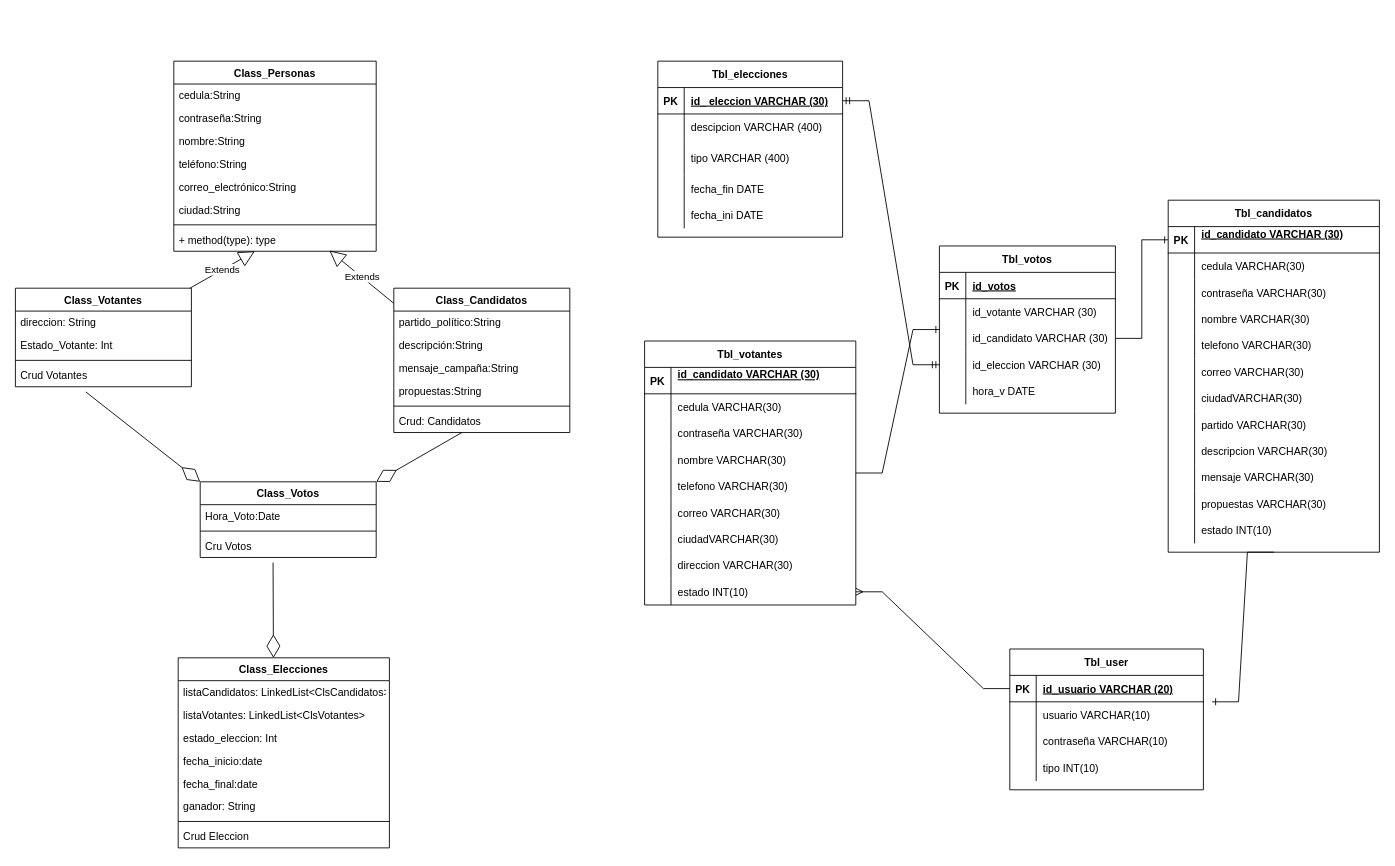
Above: elecciones.drawio in alvaroarquez/mintic (draw.io), before the change. Source tidied: cells renumbered, new cells numbered last; positions are measured from the earlier drawing's top-left corner, leaving out a move shared by most shapes. Both pictures are drawn from the tidied source at 88%, with x=0, y=0 at pixel (15, 61).
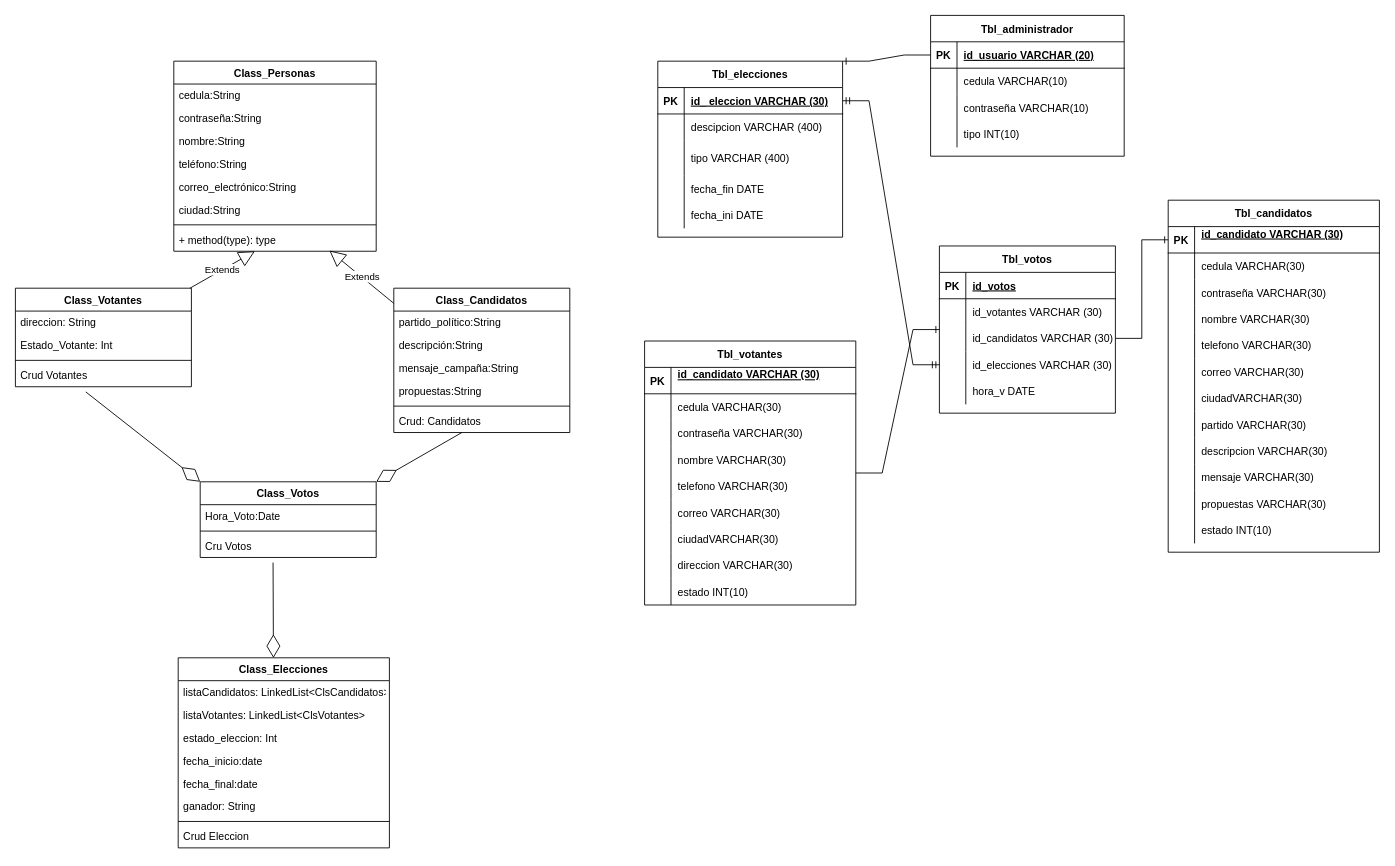
The same diagram, later.

The change refers to these unchanged cells:
```xml
<mxCell id="41" value="Tbl_elecciones" style="shape=table;startSize=30;childLayout=tableLayout;rowLines=0;fontStyle=1;align=center;" parent="1" vertex="1">
  <mxGeometry x="730" width="210" height="200" as="geometry" />
</mxCell>
<mxCell id="57" value="Tbl_candidatos" style="shape=table;startSize=30;childLayout=tableLayout;rowLines=0;fontStyle=1;align=center;" parent="1" vertex="1">
  <mxGeometry x="1310" y="158" width="240" height="400" as="geometry" />
</mxCell>
<mxCell id="98" style="shape=tableRow;horizontal=0;startSize=0;swimlaneHead=0;swimlaneBody=0;fillColor=none;top=0;left=0;right=0;bottom=0;" parent="94" vertex="1">
  <mxGeometry y="60" width="200" height="30" as="geometry" />
</mxCell>
<mxCell id="101" style="shape=tableRow;horizontal=0;startSize=0;swimlaneHead=0;swimlaneBody=0;fillColor=none;points=[[0,0.5],[1,0.5]];portConstraint=eastwest;top=0;left=0;right=0;bottom=0;" parent="94" vertex="1">
  <mxGeometry y="90" width="200" height="30" as="geometry" />
</mxCell>
<mxCell id="104" style="shape=tableRow;horizontal=0;startSize=0;swimlaneHead=0;swimlaneBody=0;fillColor=none;points=[[0,0.5],[1,0.5]];portConstraint=eastwest;top=0;left=0;right=0;bottom=0;" parent="94" vertex="1">
  <mxGeometry y="120" width="200" height="30" as="geometry" />
</mxCell>
<mxCell id="135" style="shape=tableRow;horizontal=0;startSize=0;swimlaneHead=0;swimlaneBody=0;fillColor=none;points=[[0,0.5],[1,0.5]];portConstraint=eastwest;top=0;left=0;right=0;bottom=0;" parent="110" vertex="1">
  <mxGeometry y="270" width="240" height="30" as="geometry" />
</mxCell>
<mxCell id="142" style="shape=tableRow;horizontal=0;startSize=0;swimlaneHead=0;swimlaneBody=0;fillColor=none;points=[[0,0.5],[1,0.5]];portConstraint=eastwest;top=0;left=0;right=0;bottom=1;" parent="141" vertex="1">
  <mxGeometry y="30" width="220" height="30" as="geometry" />
</mxCell>
<mxCell id="145" style="shape=tableRow;horizontal=0;startSize=0;swimlaneHead=0;swimlaneBody=0;fillColor=none;points=[[0,0.5],[1,0.5]];portConstraint=eastwest;top=0;left=0;right=0;bottom=0;" parent="141" vertex="1">
  <mxGeometry y="60" width="220" height="30" as="geometry" />
</mxCell>
```

The edit, as a diff of the source:
```diff
@@
-    <mxCell id="100" value="id_votante VARCHAR (30)" style="shape=partialRectangle;fillColor=none;top=0;left=0;bottom=0;right=0;align=left;spacingLeft=6;overflow=hidden;" parent="98" vertex="1">
+    <mxCell id="100" value="id_votantes VARCHAR (30)" style="shape=partialRectangle;fillColor=none;top=0;left=0;bottom=0;right=0;align=left;spacingLeft=6;overflow=hidden;" parent="98" vertex="1">
       <mxGeometry x="30" width="170" height="30" as="geometry" />
     </mxCell>
@@
-    <mxCell id="103" value="id_candidato VARCHAR (30)" style="shape=partialRectangle;fillColor=none;top=0;left=0;bottom=0;right=0;align=left;spacingLeft=6;overflow=hidden;" parent="101" vertex="1">
+    <mxCell id="103" value="id_candidatos VARCHAR (30)" style="shape=partialRectangle;fillColor=none;top=0;left=0;bottom=0;right=0;align=left;spacingLeft=6;overflow=hidden;" parent="101" vertex="1">
       <mxGeometry x="30" width="170" height="30" as="geometry" />
     </mxCell>
@@
-    <mxCell id="106" value="id_eleccion VARCHAR (30)" style="shape=partialRectangle;fillColor=none;top=0;left=0;bottom=0;right=0;align=left;spacingLeft=6;overflow=hidden;" parent="104" vertex="1">
+    <mxCell id="106" value="id_elecciones VARCHAR (30)" style="shape=partialRectangle;fillColor=none;top=0;left=0;bottom=0;right=0;align=left;spacingLeft=6;overflow=hidden;" parent="104" vertex="1">
       <mxGeometry x="30" width="170" height="30" as="geometry" />
     </mxCell>
@@
-    <mxCell id="141" value="Tbl_user" style="shape=table;startSize=30;childLayout=tableLayout;rowLines=0;fontStyle=1;align=center;" parent="1" vertex="1">
-      <mxGeometry x="1130" y="668" width="220" height="160" as="geometry" />
+    <mxCell id="141" value="Tbl_administrador" style="shape=table;startSize=30;childLayout=tableLayout;rowLines=0;fontStyle=1;align=center;" parent="1" vertex="1">
+      <mxGeometry x="1040" y="-52" width="220" height="160" as="geometry" />
     </mxCell>
@@
-    <mxCell id="147" value="usuario VARCHAR(10)" style="shape=partialRectangle;fillColor=none;top=0;left=0;bottom=0;right=0;align=left;spacingLeft=6;overflow=hidden;" parent="145" vertex="1">
+    <mxCell id="147" value="cedula VARCHAR(10)" style="shape=partialRectangle;fillColor=none;top=0;left=0;bottom=0;right=0;align=left;spacingLeft=6;overflow=hidden;" parent="145" vertex="1">
       <mxGeometry x="30" width="190" height="30" as="geometry" />
     </mxCell>
@@
-    <mxCell id="154" style="edgeStyle=entityRelationEdgeStyle;fontSize=12;html=1;endArrow=ERmany;rounded=0;exitX=0;exitY=0.5;exitDx=0;exitDy=0;entryX=1;entryY=0.5;entryDx=0;entryDy=0;" parent="1" edge="1" source="142" target="135">
-      <mxGeometry relative="1" as="geometry" />
-    </mxCell>
-    <mxCell id="155" style="edgeStyle=entityRelationEdgeStyle;fontSize=12;html=1;endArrow=ERone;endFill=1;rounded=0;exitX=0.5;exitY=1;exitDx=0;exitDy=0;entryX=1.045;entryY=0;entryDx=0;entryDy=0;entryPerimeter=0;" parent="1" edge="1" source="57" target="145">
-      <mxGeometry relative="1" as="geometry" />
-    </mxCell>
+    <mxCell id="156" style="edgeStyle=entityRelationEdgeStyle;fontSize=12;html=1;endArrow=ERone;endFill=1;rounded=0;exitX=0;exitY=0.5;exitDx=0;exitDy=0;entryX=1;entryY=0;entryDx=0;entryDy=0;" parent="1" edge="1" source="142" target="41">
+      <mxGeometry relative="1" as="geometry" />
+    </mxCell>
```
